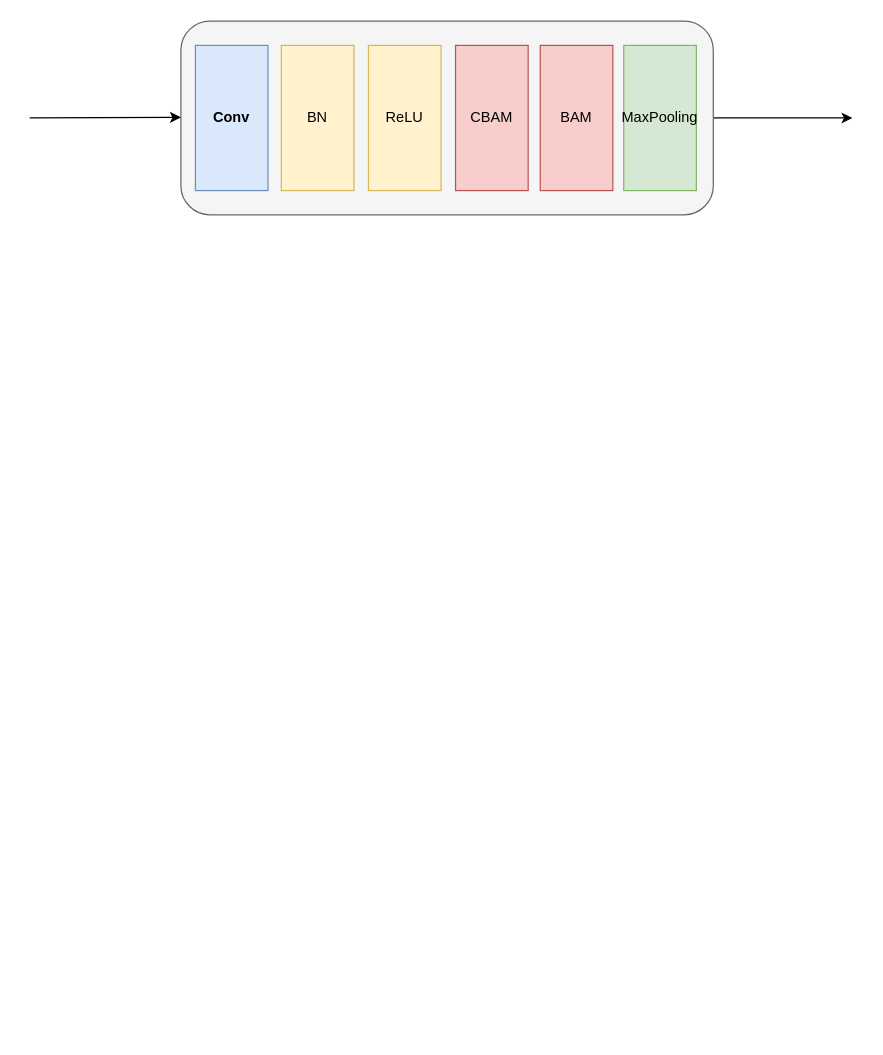
JMYok/wx_crossLearn keeps this draw.io diagram as cross-attention-unit.drawio. Above is the earlier version. Source tidied: cells renumbered, new cells numbered last; positions are measured from the earlier drawing's top-left corner, leaving out a move shared by most shapes. Both pictures are drawn from the tidied source at 121%, with x=0, y=0 at pixel (29, 21).
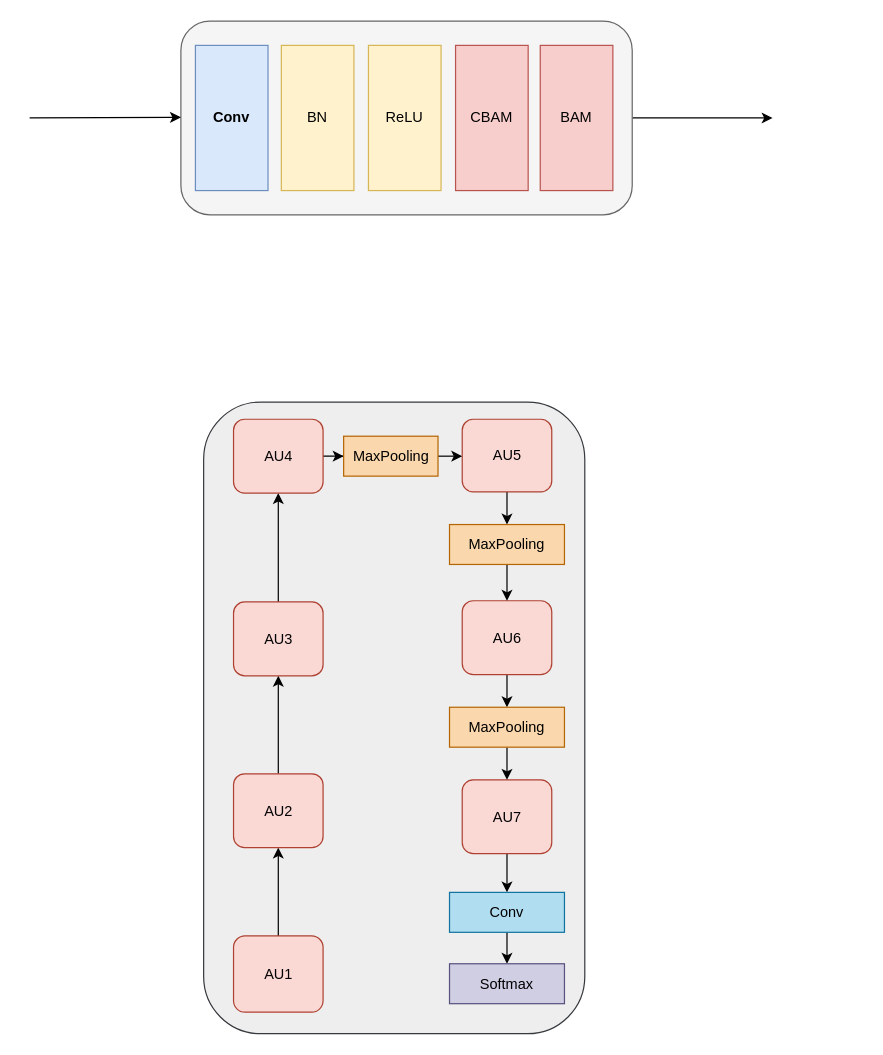
Above is the later version.

What changed in the source:
```diff
@@
+    <mxCell id="11" style="rounded=1;whiteSpace=wrap;html=1;rotation=90;fillColor=#eeeeee;strokeColor=#36393d;" parent="1" vertex="1">
+      <mxGeometry x="40.3" y="418.3" width="522" height="315" as="geometry" />
+    </mxCell>
     <mxCell id="2" style="edgeStyle=orthogonalEdgeStyle;rounded=0;jettySize=auto;html=1;" parent="1" edge="1" source="3">
       <mxGeometry relative="1" as="geometry">
-        <mxPoint x="680" y="80" as="targetPoint" />
+        <mxPoint x="614" y="80" as="targetPoint" />
       </mxGeometry>
     </mxCell>
     <mxCell id="3" style="rounded=1;whiteSpace=wrap;html=1;fillColor=#f5f5f5;fontColor=#333333;strokeColor=#666666;" parent="1" vertex="1">
-      <mxGeometry x="125" width="440" height="160" as="geometry" />
+      <mxGeometry x="125" width="373" height="160" as="geometry" />
     </mxCell>
@@
-    <mxCell id="10" value="MaxPooling" style="rounded=0;whiteSpace=wrap;html=1;rotation=90;flipV=0;flipH=0;horizontal=0;fillColor=#d5e8d4;strokeColor=#82b366;" parent="1" vertex="1">
-      <mxGeometry x="461" y="50" width="120" height="60" as="geometry" />
-    </mxCell>
+    <mxCell id="12" style="edgeStyle=orthogonalEdgeStyle;rounded=0;jettySize=auto;html=1;" parent="1" edge="1" source="13" target="15">
+      <mxGeometry relative="1" as="geometry" />
+    </mxCell>
+    <mxCell id="13" value="AU1" style="rounded=1;whiteSpace=wrap;html=1;fillColor=#fad9d5;strokeColor=#ae4132;" parent="1" vertex="1">
+      <mxGeometry x="168.5" y="756" width="74" height="63" as="geometry" />
+    </mxCell>
+    <mxCell id="14" style="edgeStyle=orthogonalEdgeStyle;rounded=0;jettySize=auto;html=1;" parent="1" edge="1" source="15" target="17">
+      <mxGeometry relative="1" as="geometry" />
+    </mxCell>
+    <mxCell id="15" value="AU2" style="rounded=1;whiteSpace=wrap;html=1;fillColor=#fad9d5;strokeColor=#ae4132;" parent="1" vertex="1">
+      <mxGeometry x="168.5" y="622" width="74" height="61" as="geometry" />
+    </mxCell>
+    <mxCell id="16" style="edgeStyle=orthogonalEdgeStyle;rounded=0;jettySize=auto;html=1;" parent="1" edge="1" source="17" target="19">
+      <mxGeometry relative="1" as="geometry" />
+    </mxCell>
+    <mxCell id="17" value="AU3" style="rounded=1;whiteSpace=wrap;html=1;fillColor=#fad9d5;strokeColor=#ae4132;" parent="1" vertex="1">
+      <mxGeometry x="168.5" y="480" width="74" height="61" as="geometry" />
+    </mxCell>
+    <mxCell id="18" style="edgeStyle=orthogonalEdgeStyle;rounded=0;jettySize=auto;html=1;" parent="1" edge="1" source="19" target="27">
+      <mxGeometry relative="1" as="geometry" />
+    </mxCell>
+    <mxCell id="19" value="AU4" style="rounded=1;whiteSpace=wrap;html=1;fillColor=#fad9d5;strokeColor=#ae4132;" parent="1" vertex="1">
+      <mxGeometry x="168.5" y="329" width="74" height="61" as="geometry" />
+    </mxCell>
+    <mxCell id="20" style="edgeStyle=orthogonalEdgeStyle;rounded=0;jettySize=auto;html=1;" parent="1" edge="1" source="21" target="33">
+      <mxGeometry relative="1" as="geometry" />
+    </mxCell>
+    <mxCell id="21" value="AU7" style="rounded=1;whiteSpace=wrap;html=1;fillColor=#fad9d5;strokeColor=#ae4132;" parent="1" vertex="1">
+      <mxGeometry x="357.5" y="627" width="74" height="61" as="geometry" />
+    </mxCell>
+    <mxCell id="22" style="edgeStyle=orthogonalEdgeStyle;rounded=0;jettySize=auto;html=1;" parent="1" edge="1" source="23" target="31">
+      <mxGeometry relative="1" as="geometry" />
+    </mxCell>
+    <mxCell id="23" value="AU6" style="rounded=1;whiteSpace=wrap;html=1;fillColor=#fad9d5;strokeColor=#ae4132;" parent="1" vertex="1">
+      <mxGeometry x="357.5" y="479" width="74" height="61" as="geometry" />
+    </mxCell>
+    <mxCell id="24" style="edgeStyle=orthogonalEdgeStyle;rounded=0;jettySize=auto;html=1;" parent="1" edge="1" source="25" target="29">
+      <mxGeometry relative="1" as="geometry" />
+    </mxCell>
+    <mxCell id="25" value="AU5" style="rounded=1;whiteSpace=wrap;html=1;fillColor=#fad9d5;strokeColor=#ae4132;" parent="1" vertex="1">
+      <mxGeometry x="357.5" y="329" width="74" height="60" as="geometry" />
+    </mxCell>
+    <mxCell id="26" style="edgeStyle=orthogonalEdgeStyle;rounded=0;jettySize=auto;html=1;" parent="1" edge="1" source="27" target="25">
+      <mxGeometry relative="1" as="geometry" />
+    </mxCell>
+    <mxCell id="27" value="MaxPooling" style="rounded=0;whiteSpace=wrap;html=1;fillColor=#fad7ac;strokeColor=#b46504;" parent="1" vertex="1">
+      <mxGeometry x="259.5" y="343" width="78" height="33" as="geometry" />
+    </mxCell>
+    <mxCell id="28" style="edgeStyle=orthogonalEdgeStyle;rounded=0;jettySize=auto;html=1;" parent="1" edge="1" source="29" target="23">
+      <mxGeometry relative="1" as="geometry" />
+    </mxCell>
+    <mxCell id="29" value="MaxPooling" style="rounded=0;whiteSpace=wrap;html=1;fillColor=#fad7ac;strokeColor=#b46504;" parent="1" vertex="1">
+      <mxGeometry x="347" y="416" width="95" height="33" as="geometry" />
+    </mxCell>
+    <mxCell id="30" style="edgeStyle=orthogonalEdgeStyle;rounded=0;jettySize=auto;html=1;" parent="1" edge="1" source="31" target="21">
+      <mxGeometry relative="1" as="geometry" />
+    </mxCell>
+    <mxCell id="31" value="MaxPooling" style="rounded=0;whiteSpace=wrap;html=1;fillColor=#fad7ac;strokeColor=#b46504;" parent="1" vertex="1">
+      <mxGeometry x="347" y="567" width="95" height="33" as="geometry" />
+    </mxCell>
+    <mxCell id="32" style="edgeStyle=orthogonalEdgeStyle;rounded=0;jettySize=auto;html=1;" parent="1" edge="1" source="33" target="34">
+      <mxGeometry relative="1" as="geometry" />
+    </mxCell>
+    <mxCell id="33" value="Conv" style="rounded=0;whiteSpace=wrap;html=1;fillColor=#b1ddf0;strokeColor=#10739e;" parent="1" vertex="1">
+      <mxGeometry x="347" y="720" width="95" height="33" as="geometry" />
+    </mxCell>
+    <mxCell id="34" value="Softmax" style="rounded=0;whiteSpace=wrap;html=1;fillColor=#d0cee2;strokeColor=#56517e;" parent="1" vertex="1">
+      <mxGeometry x="347" y="779" width="95" height="33" as="geometry" />
+    </mxCell>
```
